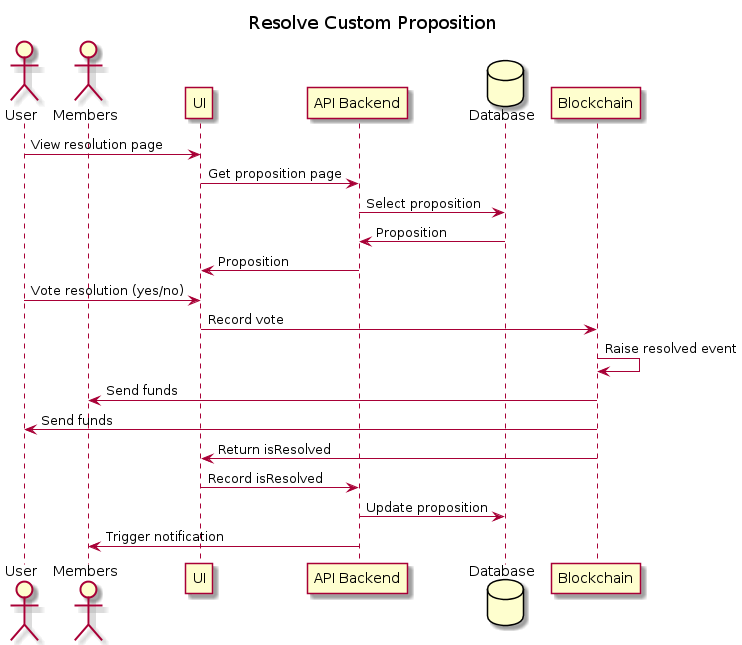
adhurjaty/prediction-app keeps this PlantUML diagram as diagram_out/Diagrams/UserStories/Resolve Custom Proposition.png. Above is the earlier version. The source it was exported from:
```plantuml
@startuml Resolve Custom Proposition

title Resolve Custom Proposition

actor User as user
actor Members as members
participant UI as ui
participant "API Backend" as api
database Database as db
participant Blockchain as bc

user -> ui : View resolution page
ui -> api : Get proposition page
api -> db : Select proposition
db -> api : Proposition
api -> ui : Proposition
user -> ui : Vote resolution (yes/no)
ui -> bc : Record vote
bc -> bc : Raise resolved event
bc -> members : Send funds
bc -> user : Send funds
bc -> ui : Return isResolved
ui -> api : Record isResolved
api -> db : Update proposition
api -> members : Trigger notification

@enduml
```
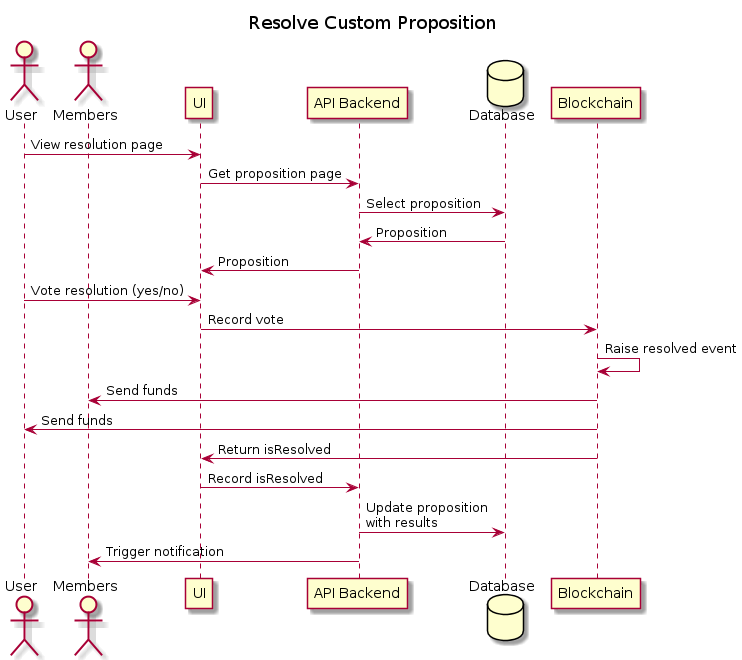
Later version of the same file.

What changed in the source:
```diff
@@ -21,7 +21,7 @@
 bc -> user : Send funds
 bc -> ui : Return isResolved
 ui -> api : Record isResolved
-api -> db : Update proposition
+api -> db : Update proposition\nwith results
 api -> members : Trigger notification
 
 @enduml
```
